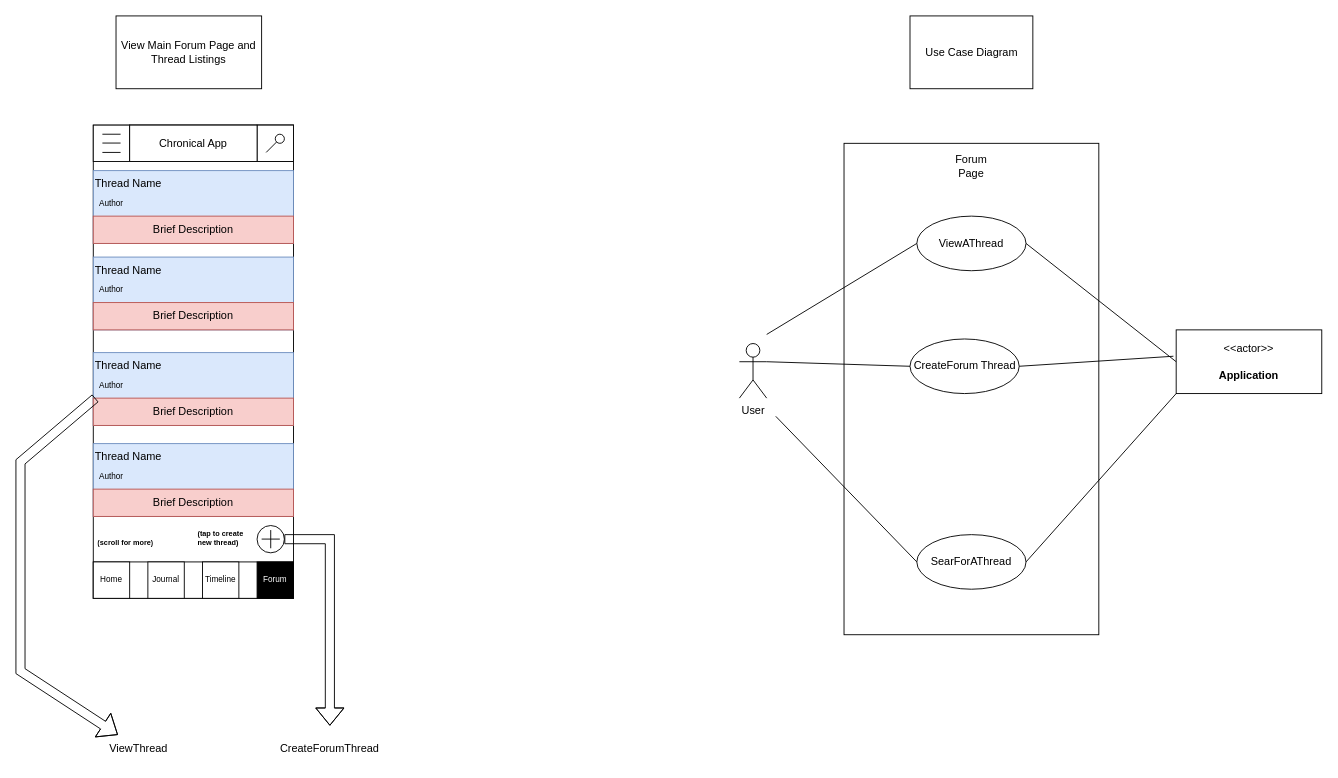
The draw.io diagram page "ViewForum" (10 of 17) of Chronicle_Initial_App_Wireframe_Designs.drawio in Vaibhav-G-Parmar/Chronicle-Your-Ultimate-Travel-Companion, before the edit. Source tidied: cells renumbered, new cells numbered last; positions are measured from the earlier drawing's top-left corner, leaving out a move shared by most shapes. Both pictures are drawn from the tidied source at 91%, with x=0, y=0 at pixel (20, 15).
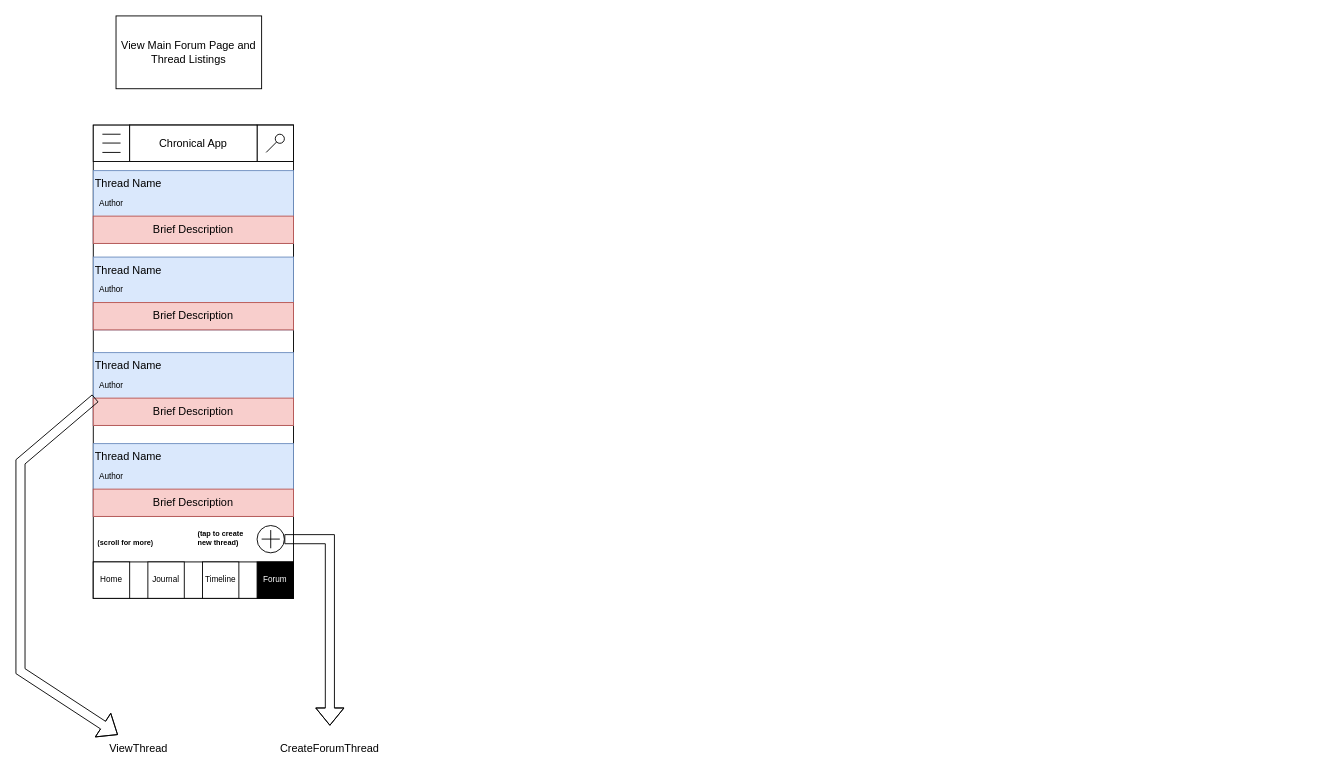
The same diagram, later.

Change to the diagram source:
```diff
@@
-    <mxCell id="44" value="&lt;h2&gt;&lt;br&gt;&lt;/h2&gt;" style="rounded=0;whiteSpace=wrap;html=1;align=center;" parent="1" vertex="1">
-      <mxGeometry x="905" y="140" width="280" height="540" as="geometry" />
-    </mxCell>
-    <mxCell id="45" value="ViewAThread" style="ellipse;whiteSpace=wrap;html=1;" parent="1" vertex="1">
-      <mxGeometry x="985" y="220" width="120" height="60" as="geometry" />
-    </mxCell>
-    <mxCell id="46" value="User&lt;br&gt;" style="shape=umlActor;verticalLabelPosition=bottom;verticalAlign=top;html=1;outlineConnect=0;" parent="1" vertex="1">
-      <mxGeometry x="790" y="360" width="30" height="60" as="geometry" />
-    </mxCell>
-    <mxCell id="47" value="&amp;lt;&amp;lt;actor&amp;gt;&amp;gt;&lt;br&gt;&lt;br&gt;&lt;b&gt;Application&lt;br&gt;&lt;/b&gt;" style="html=1;align=center;verticalAlign=middle;dashed=0;whiteSpace=wrap;" parent="1" vertex="1">
-      <mxGeometry x="1270" y="345" width="160" height="70" as="geometry" />
-    </mxCell>
-    <mxCell id="48" style="endArrow=none;html=1;rounded=0;entryX=0;entryY=0.5;entryDx=0;entryDy=0;" parent="1" edge="1" target="45">
-      <mxGeometry relative="1" as="geometry">
-        <mxPoint x="820" y="350" as="sourcePoint" />
-      </mxGeometry>
-    </mxCell>
-    <mxCell id="49" value="Forum Page" style="text;html=1;strokeColor=none;fillColor=none;align=center;verticalAlign=middle;whiteSpace=wrap;rounded=0;" parent="1" vertex="1">
-      <mxGeometry x="1015" y="150" width="60" height="30" as="geometry" />
-    </mxCell>
-    <mxCell id="50" value="SearForAThread" style="ellipse;whiteSpace=wrap;html=1;" parent="1" vertex="1">
-      <mxGeometry x="985" y="570" width="120" height="60" as="geometry" />
-    </mxCell>
-    <mxCell id="51" style="endArrow=none;html=1;rounded=0;entryX=0;entryY=0.5;entryDx=0;entryDy=0;" parent="1" edge="1" target="50">
-      <mxGeometry relative="1" as="geometry">
-        <mxPoint x="830" y="440" as="sourcePoint" />
-      </mxGeometry>
-    </mxCell>
-    <mxCell id="52" style="endArrow=none;html=1;rounded=0;exitX=1;exitY=0.5;exitDx=0;exitDy=0;entryX=0;entryY=1;entryDx=0;entryDy=0;" parent="1" edge="1" source="50" target="47">
-      <mxGeometry relative="1" as="geometry" />
-    </mxCell>
-    <mxCell id="53" value="CreateForum Thread" style="ellipse;whiteSpace=wrap;html=1;" parent="1" vertex="1">
-      <mxGeometry x="977.5" y="355" width="120" height="60" as="geometry" />
-    </mxCell>
-    <mxCell id="54" style="endArrow=none;html=1;rounded=0;entryX=0;entryY=0.5;entryDx=0;entryDy=0;exitX=1;exitY=0.3333333333333333;exitDx=0;exitDy=0;exitPerimeter=0;" parent="1" edge="1" source="46" target="53">
-      <mxGeometry relative="1" as="geometry" />
-    </mxCell>
-    <mxCell id="55" style="endArrow=none;html=1;rounded=0;exitX=1;exitY=0.5;exitDx=0;exitDy=0;entryX=-0.019;entryY=0.414;entryDx=0;entryDy=0;entryPerimeter=0;" parent="1" edge="1" source="53" target="47">
-      <mxGeometry relative="1" as="geometry" />
-    </mxCell>
-    <mxCell id="56" style="endArrow=none;html=1;rounded=0;exitX=1;exitY=0.5;exitDx=0;exitDy=0;entryX=0;entryY=0.5;entryDx=0;entryDy=0;" parent="1" edge="1" source="45" target="47">
-      <mxGeometry relative="1" as="geometry" />
-    </mxCell>
-    <mxCell id="57" value="Use Case Diagram" style="text;html=1;strokeColor=default;fillColor=none;align=center;verticalAlign=middle;whiteSpace=wrap;rounded=0;" parent="1" vertex="1">
-      <mxGeometry x="977.5" width="135" height="80" as="geometry" />
-    </mxCell>
```
